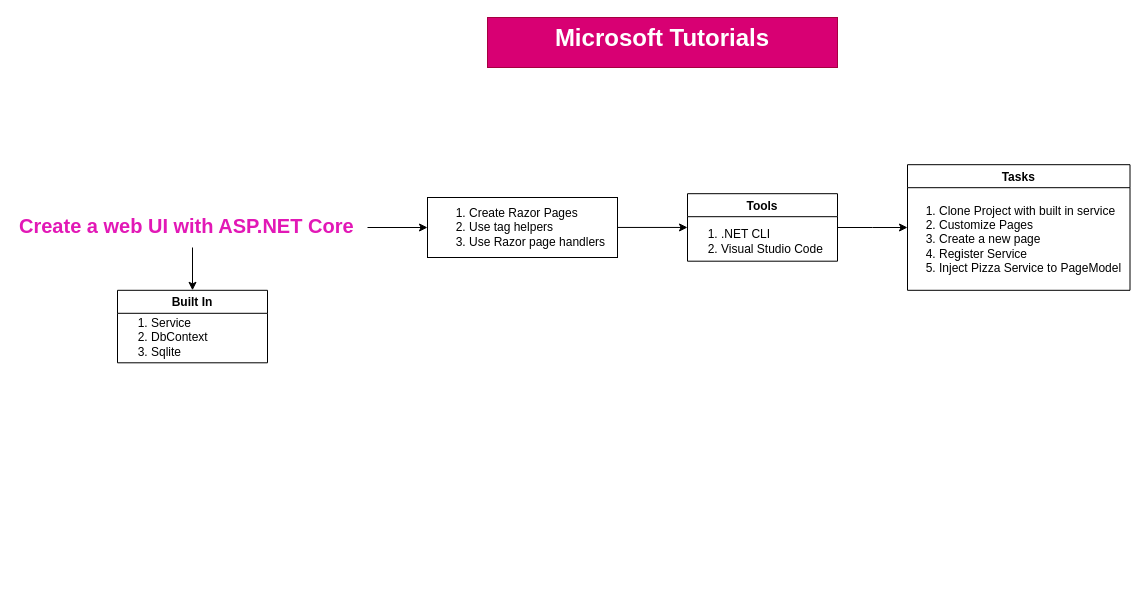
ROME08/Training-ASP.NET keeps this draw.io diagram as List of Tutorials.drawio. Above is the earlier version. Source tidied: cells renumbered, new cells numbered last; positions are measured from the earlier drawing's top-left corner, leaving out a move shared by most shapes. Both pictures are drawn from the tidied source at 100%, with x=0, y=0 at pixel (17, 17).
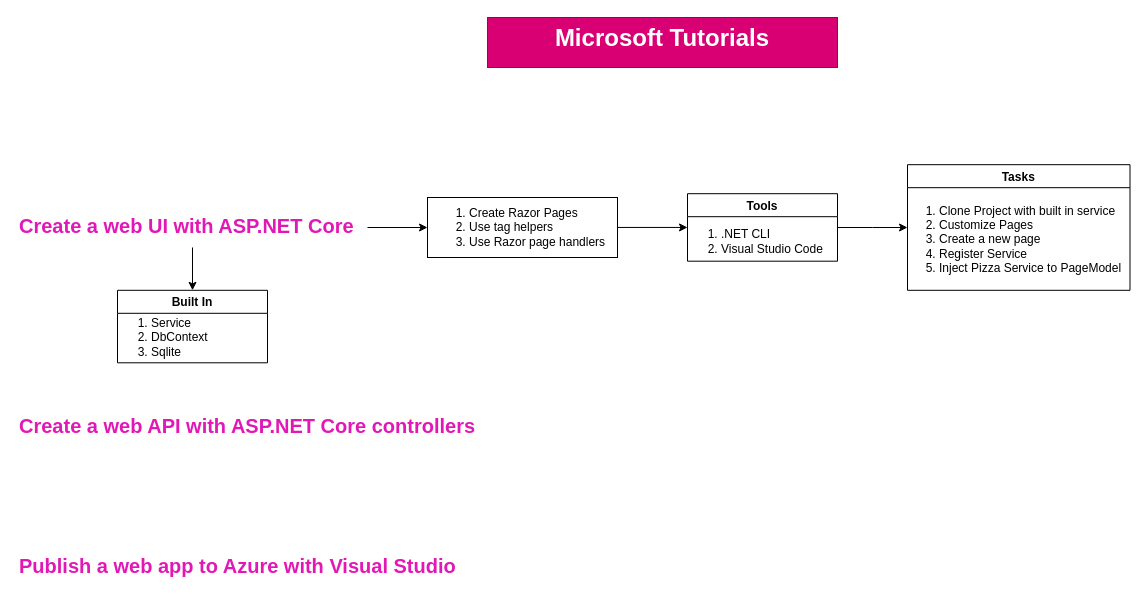
After the change.

What changed in the source:
```diff
@@
 <mxGraphModel>
   <root>
     <mxCell id="0" />
     <mxCell id="1" parent="0" />
     <mxCell id="2" value="&lt;h1 style=&quot;margin-top: 0px;&quot;&gt;Microsoft Tutorials&lt;/h1&gt;" style="text;html=1;overflow=hidden;rounded=0;align=center;fillColor=#d80073;strokeColor=#A50040;fontColor=#ffffff;" parent="1" vertex="1">
       <mxGeometry x="470" width="350" height="50" as="geometry" />
     </mxCell>
     <mxCell id="3" style="edgeStyle=orthogonalEdgeStyle;rounded=0;jettySize=auto;html=1;exitX=1;exitY=0.5;exitDx=0;exitDy=0;" parent="1" edge="1" source="5" target="7">
       <mxGeometry relative="1" as="geometry" />
     </mxCell>
     <mxCell id="4" style="edgeStyle=orthogonalEdgeStyle;rounded=0;jettySize=auto;html=1;entryX=0.5;entryY=0;entryDx=0;entryDy=0;" parent="1" edge="1" source="5" target="13">
       <mxGeometry relative="1" as="geometry" />
     </mxCell>
     <mxCell id="5" value="&lt;h1 style=&quot;margin-top: 0px; font-size: 20px;&quot;&gt;Create a web UI with ASP.NET Core&lt;/h1&gt;" style="text;html=1;whiteSpace=wrap;overflow=hidden;rounded=0;fontSize=20;fontColor=#e218b6;" parent="1" vertex="1">
       <mxGeometry y="190" width="350" height="40" as="geometry" />
     </mxCell>
     <mxCell id="6" style="edgeStyle=orthogonalEdgeStyle;rounded=0;jettySize=auto;html=1;entryX=0;entryY=0.5;entryDx=0;entryDy=0;" parent="1" edge="1" source="7" target="9">
       <mxGeometry relative="1" as="geometry" />
     </mxCell>
     <mxCell id="7" value="&lt;ol&gt;&lt;li&gt;Create Razor Pages&lt;/li&gt;&lt;li&gt;Use tag helpers&lt;/li&gt;&lt;li&gt;Use Razor page handlers&lt;/li&gt;&lt;/ol&gt;" style="whiteSpace=wrap;html=1;align=left;" parent="1" vertex="1">
       <mxGeometry x="410" y="180" width="190" height="60" as="geometry" />
     </mxCell>
     <mxCell id="8" style="edgeStyle=orthogonalEdgeStyle;rounded=0;jettySize=auto;html=1;" parent="1" edge="1" source="9" target="11">
       <mxGeometry relative="1" as="geometry" />
     </mxCell>
     <mxCell id="9" value="Tools" style="swimlane;" parent="1" vertex="1">
       <mxGeometry x="670" y="176.2" width="150" height="67.5" as="geometry" />
     </mxCell>
     <mxCell id="10" value="&lt;ol&gt;&lt;li&gt;.NET CLI&lt;/li&gt;&lt;li&gt;Visual Studio Code&lt;/li&gt;&lt;/ol&gt;" style="text;html=1;align=left;verticalAlign=middle;strokeColor=none;fillColor=none;spacing=-11;" parent="9" vertex="1">
       <mxGeometry x="5" y="27.5" width="140" height="40" as="geometry" />
     </mxCell>
     <mxCell id="11" value="Tasks" style="swimlane;" parent="1" vertex="1">
       <mxGeometry x="890" y="147.2" width="222.5" height="125.6" as="geometry" />
     </mxCell>
     <mxCell id="12" value="&lt;ol&gt;&lt;li&gt;Clone Project with built in service&lt;/li&gt;&lt;li&gt;Customize Pages&lt;/li&gt;&lt;li&gt;Create a new page&lt;/li&gt;&lt;li&gt;Register Service&lt;/li&gt;&lt;li&gt;Inject Pizza Service to PageModel&lt;/li&gt;&lt;/ol&gt;" style="text;html=1;align=left;verticalAlign=middle;strokeColor=none;fillColor=none;spacing=-11;" parent="11" vertex="1">
       <mxGeometry x="2.5" y="34.4" width="220" height="80" as="geometry" />
     </mxCell>
     <mxCell id="13" value="Built In" style="swimlane;" parent="1" vertex="1">
       <mxGeometry x="100" y="272.8" width="150" height="72.5" as="geometry" />
     </mxCell>
     <mxCell id="14" value="&lt;ol&gt;&lt;li&gt;Service&lt;/li&gt;&lt;li&gt;DbContext&lt;/li&gt;&lt;li&gt;Sqlite&lt;/li&gt;&lt;/ol&gt;" style="text;html=1;align=left;verticalAlign=middle;strokeColor=none;fillColor=none;spacing=-11;" parent="13" vertex="1">
       <mxGeometry x="5" y="22.5" width="90" height="50" as="geometry" />
     </mxCell>
+    <mxCell id="15" value="&lt;h1 style=&quot;margin-top: 0px; font-size: 20px;&quot;&gt;Create a web API with ASP.NET Core controllers&lt;/h1&gt;" style="text;html=1;whiteSpace=wrap;overflow=hidden;rounded=0;fontSize=20;fontColor=#e218b6;" parent="1" vertex="1">
+      <mxGeometry y="390" width="490" height="40" as="geometry" />
+    </mxCell>
+    <mxCell id="16" value="&lt;h1 style=&quot;margin-top: 0px; font-size: 20px;&quot;&gt;Publish a web app to Azure with Visual Studio&lt;/h1&gt;" style="text;html=1;whiteSpace=wrap;overflow=hidden;rounded=0;fontSize=20;fontColor=#e218b6;" parent="1" vertex="1">
+      <mxGeometry y="530" width="490" height="40" as="geometry" />
+    </mxCell>
   </root>
 </mxGraphModel>
```
